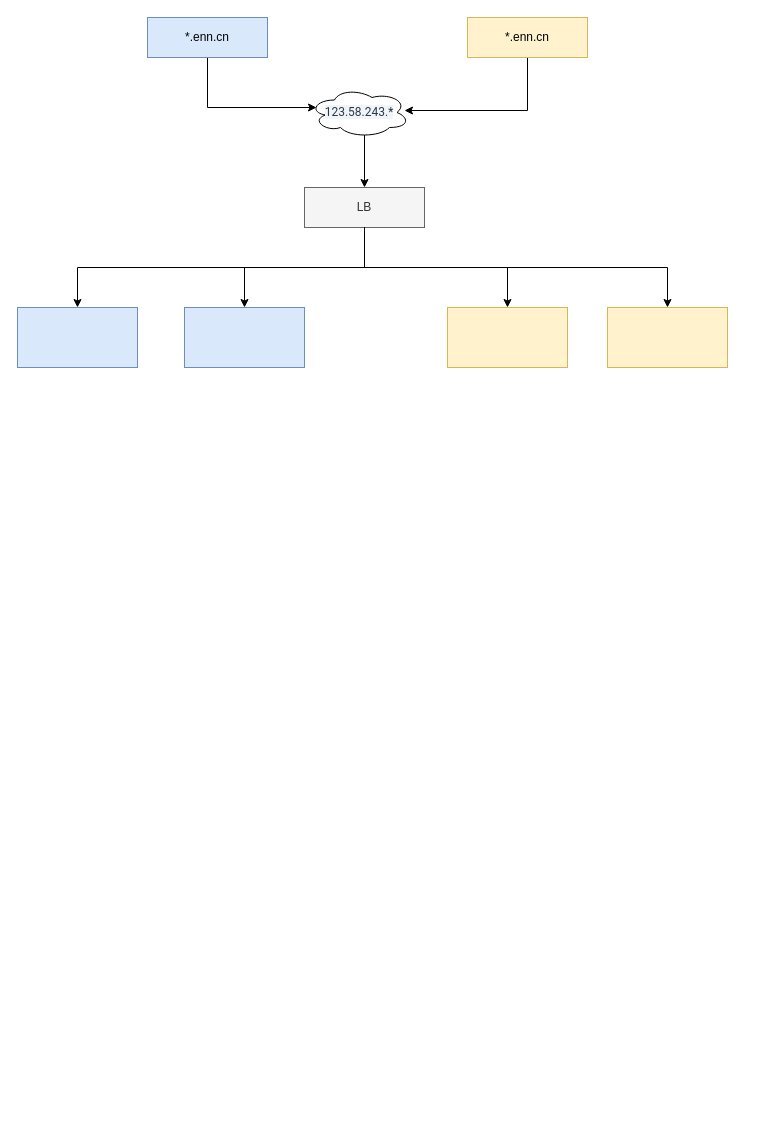
This is page "第 25 页" (24 of 24) of MQ服务.drawio from chinadragonsjz/project, a draw.io file, before an edit. Source tidied: cells renumbered, new cells numbered last; positions are measured from the earlier drawing's top-left corner, leaving out a move shared by most shapes. Both pictures are drawn from the tidied source at 100%, with x=0, y=0 at pixel (17, 17).
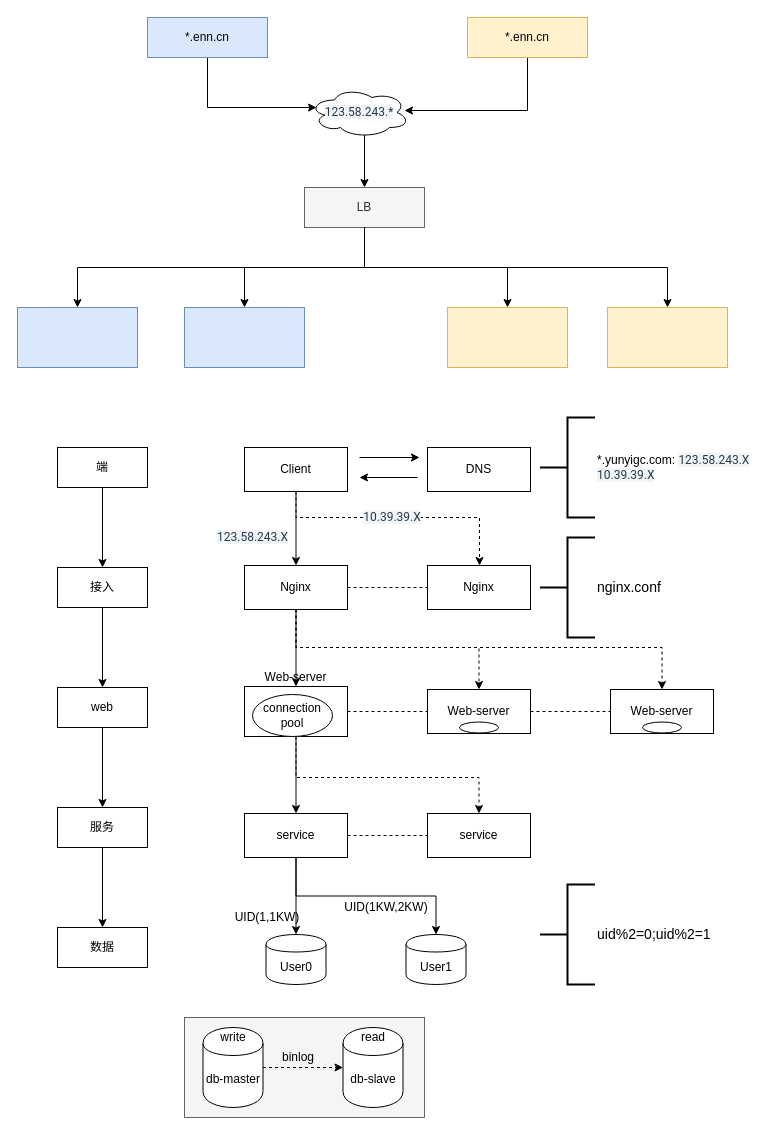
After the change.

Diff of the diagram source:
```diff
@@
+    <mxCell id="17" style="rounded=0;whiteSpace=wrap;html=1;fillColor=#f5f5f5;strokeColor=#666666;fontColor=#333333;" parent="1" vertex="1">
+      <mxGeometry x="167" y="1000" width="240" height="100" as="geometry" />
+    </mxCell>
@@
+    <mxCell id="18" style="edgeStyle=orthogonalEdgeStyle;rounded=0;jettySize=auto;html=1;" parent="1" edge="1" source="19" target="21">
+      <mxGeometry relative="1" as="geometry" />
+    </mxCell>
+    <mxCell id="19" value="端" style="rounded=0;whiteSpace=wrap;html=1;" parent="1" vertex="1">
+      <mxGeometry x="40" y="430" width="90" height="40" as="geometry" />
+    </mxCell>
+    <mxCell id="20" style="edgeStyle=orthogonalEdgeStyle;rounded=0;jettySize=auto;html=1;" parent="1" edge="1" source="21" target="23">
+      <mxGeometry relative="1" as="geometry" />
+    </mxCell>
+    <mxCell id="21" value="接入" style="rounded=0;whiteSpace=wrap;html=1;" parent="1" vertex="1">
+      <mxGeometry x="40" y="550" width="90" height="40" as="geometry" />
+    </mxCell>
+    <mxCell id="22" style="edgeStyle=orthogonalEdgeStyle;rounded=0;jettySize=auto;html=1;" parent="1" edge="1" source="23" target="25">
+      <mxGeometry relative="1" as="geometry" />
+    </mxCell>
+    <mxCell id="23" value="web" style="rounded=0;whiteSpace=wrap;html=1;" parent="1" vertex="1">
+      <mxGeometry x="40" y="670" width="90" height="40" as="geometry" />
+    </mxCell>
+    <mxCell id="24" style="edgeStyle=orthogonalEdgeStyle;rounded=0;jettySize=auto;html=1;" parent="1" edge="1" source="25" target="26">
+      <mxGeometry relative="1" as="geometry" />
+    </mxCell>
+    <mxCell id="25" value="服务" style="rounded=0;whiteSpace=wrap;html=1;" parent="1" vertex="1">
+      <mxGeometry x="40" y="790" width="90" height="40" as="geometry" />
+    </mxCell>
+    <mxCell id="26" value="数据" style="rounded=0;whiteSpace=wrap;html=1;" parent="1" vertex="1">
+      <mxGeometry x="40" y="910" width="90" height="40" as="geometry" />
+    </mxCell>
+    <mxCell id="27" style="edgeStyle=orthogonalEdgeStyle;rounded=0;jettySize=auto;html=1;" parent="1" edge="1" source="29" target="32">
+      <mxGeometry relative="1" as="geometry" />
+    </mxCell>
+    <mxCell id="28" style="edgeStyle=orthogonalEdgeStyle;rounded=0;jettySize=auto;html=1;exitX=0.5;exitY=1;exitDx=0;exitDy=0;dashed=1;endArrow=classic;endFill=1;" parent="1" edge="1" source="29" target="44">
+      <mxGeometry relative="1" as="geometry">
+        <Array as="points">
+          <mxPoint x="279" y="500" />
+          <mxPoint x="462" y="500" />
+        </Array>
+      </mxGeometry>
+    </mxCell>
+    <mxCell id="29" value="Client" style="rounded=0;whiteSpace=wrap;html=1;" parent="1" vertex="1">
+      <mxGeometry x="227" y="430" width="103" height="44" as="geometry" />
+    </mxCell>
+    <mxCell id="30" style="edgeStyle=orthogonalEdgeStyle;rounded=0;jettySize=auto;html=1;endArrow=none;endFill=0;dashed=1;" parent="1" edge="1" source="32" target="44">
+      <mxGeometry relative="1" as="geometry" />
+    </mxCell>
+    <mxCell id="31" style="edgeStyle=orthogonalEdgeStyle;rounded=0;jettySize=auto;html=1;endArrow=classic;endFill=1;" parent="1" edge="1" source="32" target="35">
+      <mxGeometry relative="1" as="geometry" />
+    </mxCell>
+    <mxCell id="32" value="Nginx" style="rounded=0;whiteSpace=wrap;html=1;" parent="1" vertex="1">
+      <mxGeometry x="227" y="548" width="103" height="44" as="geometry" />
+    </mxCell>
+    <mxCell id="33" style="edgeStyle=orthogonalEdgeStyle;rounded=0;jettySize=auto;html=1;dashed=1;endArrow=none;endFill=0;" parent="1" edge="1" source="35" target="42">
+      <mxGeometry relative="1" as="geometry" />
+    </mxCell>
+    <mxCell id="34" style="edgeStyle=orthogonalEdgeStyle;rounded=0;jettySize=auto;html=1;endArrow=classic;endFill=1;" parent="1" edge="1" source="35" target="39">
+      <mxGeometry relative="1" as="geometry" />
+    </mxCell>
+    <mxCell id="35" value="Web-server" style="rounded=0;whiteSpace=wrap;html=1;labelPosition=center;verticalLabelPosition=top;align=center;verticalAlign=bottom;" parent="1" vertex="1">
+      <mxGeometry x="227" y="669" width="103" height="50" as="geometry" />
+    </mxCell>
+    <mxCell id="36" style="edgeStyle=orthogonalEdgeStyle;rounded=0;jettySize=auto;html=1;dashed=1;endArrow=none;endFill=0;" parent="1" edge="1" source="39" target="40">
+      <mxGeometry relative="1" as="geometry" />
+    </mxCell>
+    <mxCell id="37" style="edgeStyle=orthogonalEdgeStyle;rounded=0;jettySize=auto;html=1;endArrow=classic;endFill=1;" parent="1" edge="1" source="39" target="58">
+      <mxGeometry relative="1" as="geometry" />
+    </mxCell>
+    <mxCell id="38" style="edgeStyle=orthogonalEdgeStyle;rounded=0;jettySize=auto;html=1;exitX=0.5;exitY=1;exitDx=0;exitDy=0;entryX=0.5;entryY=0;entryDx=0;entryDy=0;endArrow=classic;endFill=1;" parent="1" edge="1" source="39" target="59">
+      <mxGeometry relative="1" as="geometry" />
+    </mxCell>
+    <mxCell id="39" value="service" style="rounded=0;whiteSpace=wrap;html=1;" parent="1" vertex="1">
+      <mxGeometry x="227" y="796" width="103" height="44" as="geometry" />
+    </mxCell>
+    <mxCell id="40" value="service" style="rounded=0;whiteSpace=wrap;html=1;" parent="1" vertex="1">
+      <mxGeometry x="410" y="796" width="103" height="44" as="geometry" />
+    </mxCell>
+    <mxCell id="41" style="edgeStyle=orthogonalEdgeStyle;rounded=0;jettySize=auto;html=1;endArrow=none;endFill=0;dashed=1;" parent="1" edge="1" source="42" target="43">
+      <mxGeometry relative="1" as="geometry" />
+    </mxCell>
+    <mxCell id="42" value="Web-server" style="rounded=0;whiteSpace=wrap;html=1;" parent="1" vertex="1">
+      <mxGeometry x="410" y="672" width="103" height="44" as="geometry" />
+    </mxCell>
+    <mxCell id="43" value="Web-server" style="rounded=0;whiteSpace=wrap;html=1;" parent="1" vertex="1">
+      <mxGeometry x="593" y="672" width="103" height="44" as="geometry" />
+    </mxCell>
+    <mxCell id="44" value="Nginx" style="rounded=0;whiteSpace=wrap;html=1;" parent="1" vertex="1">
+      <mxGeometry x="410" y="548" width="103" height="44" as="geometry" />
+    </mxCell>
+    <mxCell id="45" value="DNS" style="rounded=0;whiteSpace=wrap;html=1;" parent="1" vertex="1">
+      <mxGeometry x="410" y="430" width="103" height="44" as="geometry" />
+    </mxCell>
+    <mxCell id="46" style="endArrow=classic;html=1;" parent="1" edge="1">
+      <mxGeometry relative="1" as="geometry">
+        <mxPoint x="342" y="440" as="sourcePoint" />
+        <mxPoint x="402" y="440" as="targetPoint" />
+      </mxGeometry>
+    </mxCell>
+    <mxCell id="47" style="endArrow=classic;html=1;" parent="1" edge="1">
+      <mxGeometry relative="1" as="geometry">
+        <mxPoint x="400" y="460" as="sourcePoint" />
+        <mxPoint x="342" y="460" as="targetPoint" />
+      </mxGeometry>
+    </mxCell>
+    <mxCell id="48" value="*.yunyigc.com:&amp;nbsp;&lt;span style=&quot;color: rgb(39 , 56 , 73) ; font-family: &amp;#34;roboto&amp;#34; , &amp;#34;pingfang sc&amp;#34; , &amp;#34;noto sans cjk&amp;#34; , &amp;#34;wenquanyi micro hei&amp;#34; , &amp;#34;microsoft yahei&amp;#34; ; white-space: normal ; background-color: rgb(242 , 245 , 248)&quot;&gt;123.58.243.X&lt;br&gt;&lt;/span&gt;&lt;span style=&quot;color: rgb(39 , 56 , 73) ; font-family: &amp;#34;roboto&amp;#34; , &amp;#34;pingfang sc&amp;#34; , &amp;#34;noto sans cjk&amp;#34; , &amp;#34;wenquanyi micro hei&amp;#34; , &amp;#34;microsoft yahei&amp;#34; ; white-space: normal ; background-color: rgb(242 , 245 , 248)&quot;&gt;10.39.39.X&lt;/span&gt;&lt;span style=&quot;color: rgb(39 , 56 , 73) ; font-family: &amp;#34;roboto&amp;#34; , &amp;#34;pingfang sc&amp;#34; , &amp;#34;noto sans cjk&amp;#34; , &amp;#34;wenquanyi micro hei&amp;#34; , &amp;#34;microsoft yahei&amp;#34; ; white-space: normal ; background-color: rgb(242 , 245 , 248)&quot;&gt;&lt;br&gt;&lt;/span&gt;" style="strokeWidth=2;html=1;shape=mxgraph.flowchart.annotation_2;align=left;labelPosition=right;" parent="1" vertex="1">
+      <mxGeometry x="522.5" y="400" width="55" height="100" as="geometry" />
+    </mxCell>
+    <mxCell id="49" value="&lt;span style=&quot;color: rgb(39 , 56 , 73) ; font-family: &amp;#34;roboto&amp;#34; , &amp;#34;pingfang sc&amp;#34; , &amp;#34;noto sans cjk&amp;#34; , &amp;#34;wenquanyi micro hei&amp;#34; , &amp;#34;microsoft yahei&amp;#34; ; text-align: left ; background-color: rgb(242 , 245 , 248)&quot;&gt;123.58.243.X&lt;/span&gt;" style="text;html=1;strokeColor=none;fillColor=none;align=center;verticalAlign=middle;whiteSpace=wrap;rounded=0;" parent="1" vertex="1">
+      <mxGeometry x="191.5" y="510" width="87" height="20" as="geometry" />
+    </mxCell>
+    <mxCell id="50" value="&lt;span style=&quot;color: rgb(39 , 56 , 73) ; font-family: &amp;#34;roboto&amp;#34; , &amp;#34;pingfang sc&amp;#34; , &amp;#34;noto sans cjk&amp;#34; , &amp;#34;wenquanyi micro hei&amp;#34; , &amp;#34;microsoft yahei&amp;#34; ; text-align: left ; background-color: rgb(242 , 245 , 248)&quot;&gt;10.39.39.X&lt;/span&gt;" style="text;html=1;strokeColor=none;fillColor=none;align=center;verticalAlign=middle;whiteSpace=wrap;rounded=0;" parent="1" vertex="1">
+      <mxGeometry x="343" y="490" width="64" height="20" as="geometry" />
+    </mxCell>
+    <mxCell id="51" value="&lt;span style=&quot;font-family: &amp;#34;black verdana&amp;#34; , &amp;#34;arial&amp;#34; , &amp;#34;helvetica&amp;#34; , sans-serif ; font-size: 14px ; white-space: normal ; background-color: rgb(255 , 255 , 255)&quot;&gt;nginx.conf&lt;/span&gt;&lt;span style=&quot;color: rgb(39 , 56 , 73) ; font-family: &amp;#34;roboto&amp;#34; , &amp;#34;pingfang sc&amp;#34; , &amp;#34;noto sans cjk&amp;#34; , &amp;#34;wenquanyi micro hei&amp;#34; , &amp;#34;microsoft yahei&amp;#34; ; white-space: normal ; background-color: rgb(242 , 245 , 248)&quot;&gt;&lt;br&gt;&lt;/span&gt;" style="strokeWidth=2;html=1;shape=mxgraph.flowchart.annotation_2;align=left;labelPosition=right;" parent="1" vertex="1">
+      <mxGeometry x="522.5" y="520" width="55" height="100" as="geometry" />
+    </mxCell>
+    <mxCell id="52" style="edgeStyle=orthogonalEdgeStyle;rounded=0;jettySize=auto;html=1;exitX=0.5;exitY=1;exitDx=0;exitDy=0;dashed=1;endArrow=classic;endFill=1;entryX=0.5;entryY=0;entryDx=0;entryDy=0;" parent="1" edge="1" source="32" target="42">
+      <mxGeometry relative="1" as="geometry">
+        <Array as="points">
+          <mxPoint x="279" y="630" />
+          <mxPoint x="462" y="630" />
+        </Array>
+      </mxGeometry>
+    </mxCell>
+    <mxCell id="53" style="edgeStyle=orthogonalEdgeStyle;rounded=0;jettySize=auto;html=1;exitX=0.5;exitY=1;exitDx=0;exitDy=0;dashed=1;endArrow=classic;endFill=1;entryX=0.5;entryY=0;entryDx=0;entryDy=0;" parent="1" edge="1" source="32" target="43">
+      <mxGeometry relative="1" as="geometry">
+        <Array as="points">
+          <mxPoint x="279" y="630" />
+          <mxPoint x="645" y="630" />
+        </Array>
+      </mxGeometry>
+    </mxCell>
+    <mxCell id="54" value="connection&lt;br&gt;pool" style="ellipse;whiteSpace=wrap;html=1;" parent="1" vertex="1">
+      <mxGeometry x="235" y="677" width="80" height="42" as="geometry" />
+    </mxCell>
+    <mxCell id="55" style="ellipse;whiteSpace=wrap;html=1;" parent="1" vertex="1">
+      <mxGeometry x="442" y="704.5" width="39" height="11" as="geometry" />
+    </mxCell>
+    <mxCell id="56" style="ellipse;whiteSpace=wrap;html=1;" parent="1" vertex="1">
+      <mxGeometry x="625" y="704.5" width="39" height="11" as="geometry" />
+    </mxCell>
+    <mxCell id="57" style="edgeStyle=orthogonalEdgeStyle;rounded=0;jettySize=auto;html=1;exitX=0.5;exitY=1;exitDx=0;exitDy=0;dashed=1;endArrow=classic;endFill=1;entryX=0.5;entryY=0;entryDx=0;entryDy=0;" parent="1" edge="1" source="35" target="40">
+      <mxGeometry relative="1" as="geometry">
+        <Array as="points">
+          <mxPoint x="279" y="760" />
+          <mxPoint x="462" y="760" />
+        </Array>
+      </mxGeometry>
+    </mxCell>
+    <mxCell id="58" value="User0" style="shape=cylinder;whiteSpace=wrap;html=1;boundedLbl=1;backgroundOutline=1;" parent="1" vertex="1">
+      <mxGeometry x="248.5" y="917" width="60" height="50" as="geometry" />
+    </mxCell>
+    <mxCell id="59" value="User1" style="shape=cylinder;whiteSpace=wrap;html=1;boundedLbl=1;backgroundOutline=1;" parent="1" vertex="1">
+      <mxGeometry x="388.5" y="917" width="60" height="50" as="geometry" />
+    </mxCell>
+    <mxCell id="60" value="UID(1,1KW)" style="text;html=1;strokeColor=none;fillColor=none;align=center;verticalAlign=middle;whiteSpace=wrap;rounded=0;" parent="1" vertex="1">
+      <mxGeometry x="230" y="890" width="40" height="20" as="geometry" />
+    </mxCell>
+    <mxCell id="61" value="UID(1KW,2KW)" style="text;html=1;strokeColor=none;fillColor=none;align=center;verticalAlign=middle;whiteSpace=wrap;rounded=0;" parent="1" vertex="1">
+      <mxGeometry x="348.5" y="880" width="40" height="20" as="geometry" />
+    </mxCell>
+    <mxCell id="62" value="&lt;span style=&quot;font-family: &amp;#34;black verdana&amp;#34; , &amp;#34;arial&amp;#34; , &amp;#34;helvetica&amp;#34; , sans-serif ; font-size: 14px ; white-space: normal ; background-color: rgb(255 , 255 , 255)&quot;&gt;uid%2=0;uid%2=1&lt;/span&gt;&lt;span style=&quot;color: rgb(39 , 56 , 73) ; font-family: &amp;#34;roboto&amp;#34; , &amp;#34;pingfang sc&amp;#34; , &amp;#34;noto sans cjk&amp;#34; , &amp;#34;wenquanyi micro hei&amp;#34; , &amp;#34;microsoft yahei&amp;#34; ; white-space: normal ; background-color: rgb(242 , 245 , 248)&quot;&gt;&lt;br&gt;&lt;/span&gt;" style="strokeWidth=2;html=1;shape=mxgraph.flowchart.annotation_2;align=left;labelPosition=right;" parent="1" vertex="1">
+      <mxGeometry x="522.5" y="867" width="55" height="100" as="geometry" />
+    </mxCell>
+    <mxCell id="63" style="edgeStyle=orthogonalEdgeStyle;rounded=0;jettySize=auto;html=1;endArrow=classic;endFill=1;dashed=1;" parent="1" edge="1" source="64" target="65">
+      <mxGeometry relative="1" as="geometry" />
+    </mxCell>
+    <mxCell id="64" value="db-master" style="shape=cylinder;whiteSpace=wrap;html=1;boundedLbl=1;backgroundOutline=1;" parent="1" vertex="1">
+      <mxGeometry x="185.5" y="1010" width="60" height="80" as="geometry" />
+    </mxCell>
+    <mxCell id="65" value="db-slave" style="shape=cylinder;whiteSpace=wrap;html=1;boundedLbl=1;backgroundOutline=1;" parent="1" vertex="1">
+      <mxGeometry x="325.5" y="1010" width="60" height="80" as="geometry" />
+    </mxCell>
+    <mxCell id="66" value="binlog" style="text;html=1;strokeColor=none;fillColor=none;align=center;verticalAlign=middle;whiteSpace=wrap;rounded=0;" parent="1" vertex="1">
+      <mxGeometry x="260.5" y="1030" width="40" height="20" as="geometry" />
+    </mxCell>
+    <mxCell id="67" value="write" style="text;html=1;strokeColor=none;fillColor=none;align=center;verticalAlign=middle;whiteSpace=wrap;rounded=0;" parent="1" vertex="1">
+      <mxGeometry x="195.5" y="1010" width="40" height="20" as="geometry" />
+    </mxCell>
+    <mxCell id="68" value="read" style="text;html=1;strokeColor=none;fillColor=none;align=center;verticalAlign=middle;whiteSpace=wrap;rounded=0;" parent="1" vertex="1">
+      <mxGeometry x="335.5" y="1010" width="40" height="20" as="geometry" />
+    </mxCell>
```
